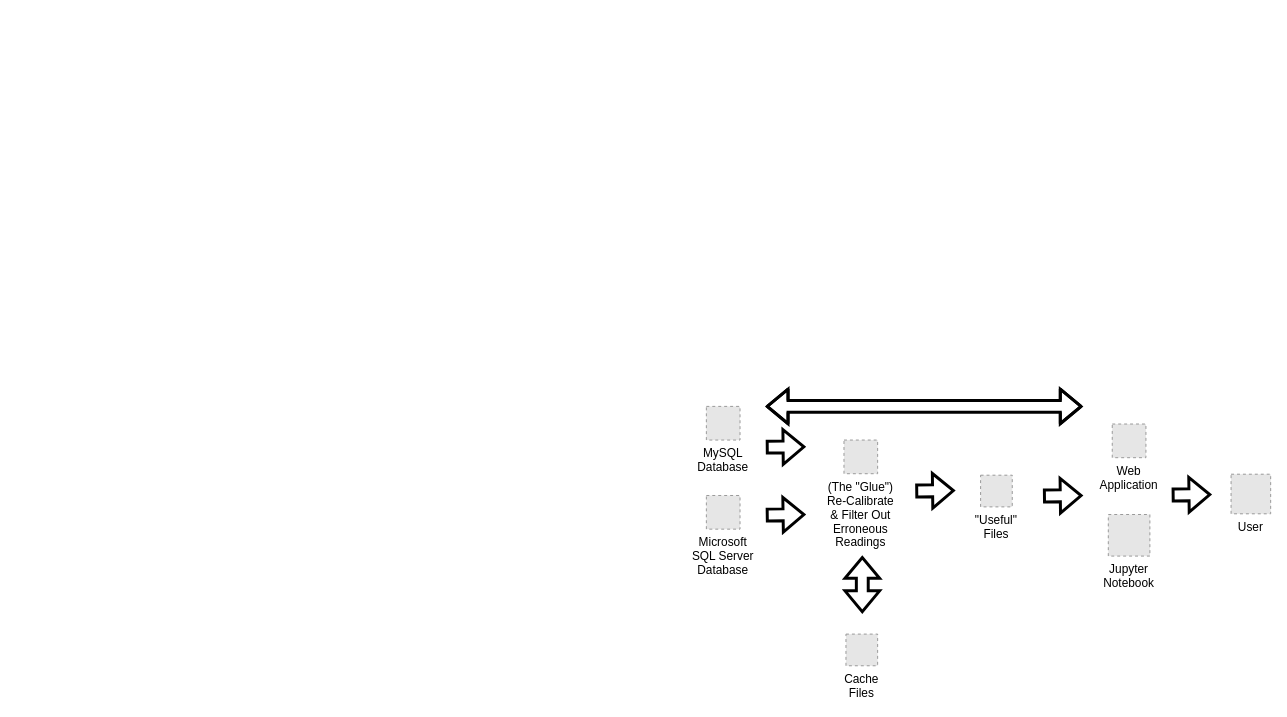
Earlier version of the draw.io diagram assets/images/2023-12-04-struggling-to-sync-sensors-and-databases/useful-files-to-user-directly.drawio (rdmolony/rdmolony.github.io). Source tidied: cells renumbered, new cells numbered last; positions are measured from the earlier drawing's top-left corner, leaving out a move shared by most shapes. Both pictures are drawn from the tidied source at 99%, with x=0, y=0 at pixel (706, 406). Pictures stored in the file or linked from it are replaced by grey dashed boxes.
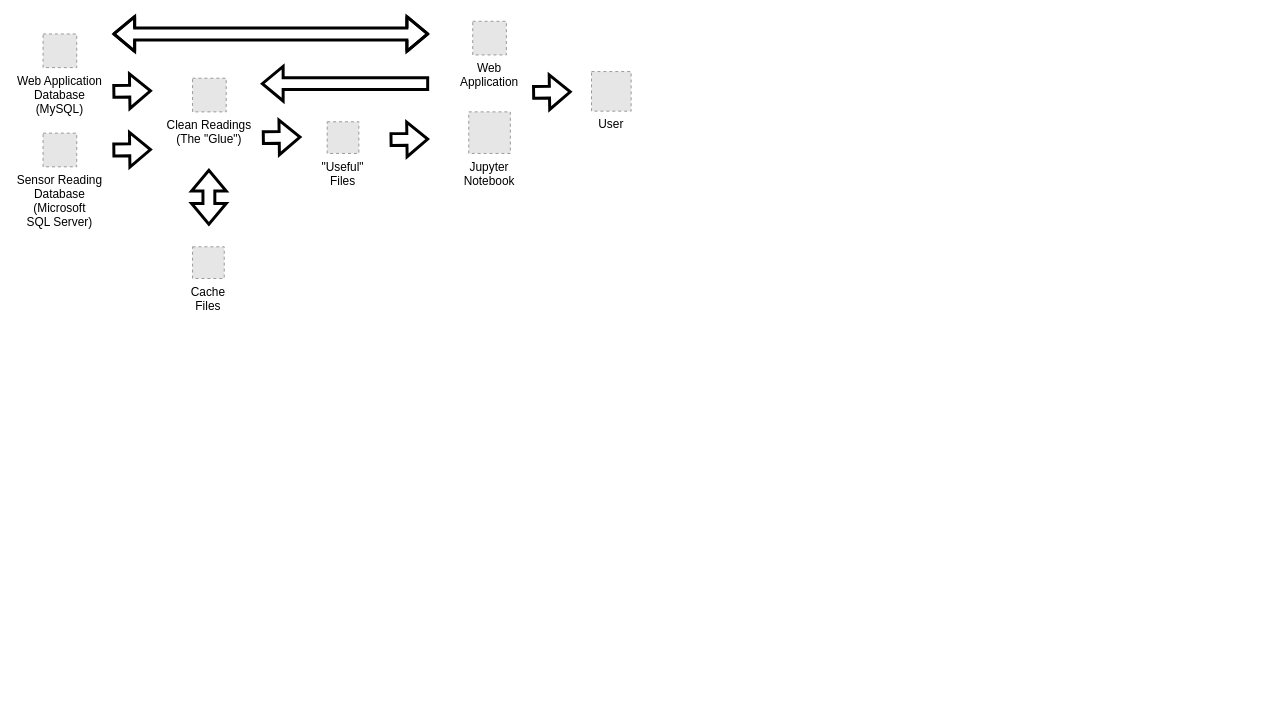
The same diagram, later.

Change to the diagram source:
```diff
@@
-    <mxCell id="2" value="(The &quot;Glue&quot;)&#10;Re-Calibrate&#10;&amp; Filter Out&#10;Erroneous&#10;Readings" style="fillColor=#E6E6E6;strokeColor=#999999;dashed=1;verticalLabelPosition=bottom;labelBackgroundColor=default;verticalAlign=top;" parent="1" vertex="1">
-      <mxGeometry x="139" y="34" width="34" height="34" as="geometry" />
-    </mxCell>
+    <mxCell id="17" value="Clean Readings&#10;(The &quot;Glue&quot;)" style="fillColor=#E6E6E6;strokeColor=#999999;dashed=1;verticalLabelPosition=bottom;labelBackgroundColor=default;verticalAlign=top;" parent="1" vertex="1">
+      <mxGeometry x="-519" y="-331.5" width="34" height="34" as="geometry" />
+    </mxCell>
     <mxCell id="3" value="Web&#10;Application" style="fillColor=#E6E6E6;strokeColor=#999999;dashed=1;verticalLabelPosition=bottom;labelBackgroundColor=default;verticalAlign=top;" parent="1" vertex="1">
-      <mxGeometry x="410" y="17.8" width="34" height="34" as="geometry" />
+      <mxGeometry x="-236" y="-389" width="34" height="34" as="geometry" />
     </mxCell>
-    <mxCell id="4" style="shape=flexArrow;endArrow=classic;html=1;rounded=0;strokeWidth=3;" parent="1" edge="1">
-      <mxGeometry relative="1" as="geometry">
-        <mxPoint x="340" y="90.5" as="sourcePoint" />
-        <mxPoint x="380" y="90" as="targetPoint" />
-      </mxGeometry>
-    </mxCell>
-    <mxCell id="5" style="shape=flexArrow;endArrow=classic;html=1;rounded=0;strokeWidth=3;" parent="1" edge="1">
-      <mxGeometry relative="1" as="geometry">
-        <mxPoint x="470" y="89.5" as="sourcePoint" />
-        <mxPoint x="510" y="89" as="targetPoint" />
-      </mxGeometry>
-    </mxCell>
+    <mxCell id="18" style="shape=flexArrow;endArrow=classic;html=1;rounded=0;strokeWidth=3;" parent="1" edge="1">
+      <mxGeometry relative="1" as="geometry">
+        <mxPoint x="-320" y="-269.5" as="sourcePoint" />
+        <mxPoint x="-280" y="-270" as="targetPoint" />
+      </mxGeometry>
+    </mxCell>
+    <mxCell id="19" style="shape=flexArrow;endArrow=classic;html=1;rounded=0;strokeWidth=3;" parent="1" edge="1">
+      <mxGeometry relative="1" as="geometry">
+        <mxPoint x="-176" y="-317.2" as="sourcePoint" />
+        <mxPoint x="-136" y="-317.8" as="targetPoint" />
+      </mxGeometry>
+    </mxCell>
     <mxCell id="6" value="User" style="fillColor=#E6E6E6;strokeColor=#999999;dashed=1;verticalLabelPosition=bottom;labelBackgroundColor=default;verticalAlign=top;" parent="1" vertex="1">
-      <mxGeometry x="530" y="68.5" width="40" height="40" as="geometry" />
+      <mxGeometry x="-116" y="-338.2" width="40" height="40" as="geometry" />
     </mxCell>
-    <mxCell id="7" style="shape=flexArrow;endArrow=classic;html=1;rounded=0;strokeWidth=3;" parent="1" edge="1">
-      <mxGeometry relative="1" as="geometry">
-        <mxPoint x="60" y="109.8" as="sourcePoint" />
-        <mxPoint x="100" y="109.2" as="targetPoint" />
-      </mxGeometry>
-    </mxCell>
+    <mxCell id="20" style="shape=flexArrow;endArrow=classic;html=1;rounded=0;strokeWidth=3;" parent="1" edge="1">
+      <mxGeometry relative="1" as="geometry">
+        <mxPoint x="-600" y="-259" as="sourcePoint" />
+        <mxPoint x="-560" y="-259.5" as="targetPoint" />
+      </mxGeometry>
+    </mxCell>
     <mxCell id="8" value="Cache&#10;Files" style="fillColor=#E6E6E6;strokeColor=#999999;dashed=1;verticalLabelPosition=bottom;labelBackgroundColor=default;verticalAlign=top;" parent="1" vertex="1">
-      <mxGeometry x="141" y="230" width="32" height="32" as="geometry" />
+      <mxGeometry x="-519" y="-161.2" width="32" height="32" as="geometry" />
     </mxCell>
-    <mxCell id="9" value="Microsoft&#10;SQL Server&#10;Database" style="fillColor=#E6E6E6;strokeColor=#999999;dashed=1;verticalLabelPosition=bottom;labelBackgroundColor=default;verticalAlign=top;" parent="1" vertex="1">
-      <mxGeometry y="90" width="34" height="34" as="geometry" />
-    </mxCell>
-    <mxCell id="10" value="MySQL&#10;Database" style="fillColor=#E6E6E6;strokeColor=#999999;dashed=1;verticalLabelPosition=bottom;labelBackgroundColor=default;verticalAlign=top;" parent="1" vertex="1">
-      <mxGeometry width="34" height="34" as="geometry" />
-    </mxCell>
-    <mxCell id="11" style="shape=flexArrow;endArrow=classic;startArrow=classic;html=1;rounded=0;strokeWidth=3;" parent="1" edge="1">
-      <mxGeometry relative="1" as="geometry">
-        <mxPoint x="157.5" y="151.2" as="sourcePoint" />
-        <mxPoint x="157.5" y="208.8" as="targetPoint" />
-      </mxGeometry>
-    </mxCell>
-    <mxCell id="12" style="shape=flexArrow;endArrow=classic;html=1;rounded=0;strokeWidth=3;" parent="1" edge="1">
-      <mxGeometry relative="1" as="geometry">
-        <mxPoint x="211" y="85.5" as="sourcePoint" />
-        <mxPoint x="251" y="85" as="targetPoint" />
-      </mxGeometry>
-    </mxCell>
+    <mxCell id="21" value="Sensor Reading&#10;Database&#10;(Microsoft&#10;SQL Server)" style="fillColor=#E6E6E6;strokeColor=#999999;dashed=1;verticalLabelPosition=bottom;labelBackgroundColor=default;verticalAlign=top;" parent="1" vertex="1">
+      <mxGeometry x="-670" y="-276" width="34" height="34" as="geometry" />
+    </mxCell>
+    <mxCell id="22" value="Web Application&#10;Database&#10;(MySQL)" style="fillColor=#E6E6E6;strokeColor=#999999;dashed=1;verticalLabelPosition=bottom;labelBackgroundColor=default;verticalAlign=top;" parent="1" vertex="1">
+      <mxGeometry x="-670" y="-376.2" width="34" height="34" as="geometry" />
+    </mxCell>
+    <mxCell id="23" style="shape=flexArrow;endArrow=classic;startArrow=classic;html=1;rounded=0;strokeWidth=3;" parent="1" edge="1">
+      <mxGeometry relative="1" as="geometry">
+        <mxPoint x="-502.5" y="-240" as="sourcePoint" />
+        <mxPoint x="-502.5" y="-182.5" as="targetPoint" />
+      </mxGeometry>
+    </mxCell>
+    <mxCell id="24" style="shape=flexArrow;endArrow=classic;html=1;rounded=0;strokeWidth=3;" parent="1" edge="1">
+      <mxGeometry relative="1" as="geometry">
+        <mxPoint x="-449" y="-271.5" as="sourcePoint" />
+        <mxPoint x="-409" y="-272" as="targetPoint" />
+      </mxGeometry>
+    </mxCell>
     <mxCell id="13" value="&quot;Useful&quot;&#10;Files" style="fillColor=#E6E6E6;strokeColor=#999999;dashed=1;verticalLabelPosition=bottom;labelBackgroundColor=default;verticalAlign=top;" parent="1" vertex="1">
-      <mxGeometry x="277" y="69.5" width="32" height="32" as="geometry" />
+      <mxGeometry x="-383" y="-287.5" width="32" height="32" as="geometry" />
     </mxCell>
-    <mxCell id="14" style="shape=flexArrow;endArrow=classic;html=1;rounded=0;strokeWidth=3;" parent="1" edge="1">
-      <mxGeometry relative="1" as="geometry">
-        <mxPoint x="60" y="41.2" as="sourcePoint" />
-        <mxPoint x="100" y="40.8" as="targetPoint" />
-      </mxGeometry>
-    </mxCell>
-    <mxCell id="15" style="shape=flexArrow;endArrow=classic;startArrow=classic;html=1;rounded=0;strokeWidth=3;" parent="1" edge="1">
-      <mxGeometry relative="1" as="geometry">
-        <mxPoint x="60" as="sourcePoint" />
-        <mxPoint x="380" as="targetPoint" />
-        <Array as="points">
-          <mxPoint x="210" />
-        </Array>
-      </mxGeometry>
-    </mxCell>
+    <mxCell id="25" style="shape=flexArrow;endArrow=classic;html=1;rounded=0;strokeWidth=3;" parent="1" edge="1">
+      <mxGeometry relative="1" as="geometry">
+        <mxPoint x="-600" y="-318.2" as="sourcePoint" />
+        <mxPoint x="-560" y="-318.8" as="targetPoint" />
+      </mxGeometry>
+    </mxCell>
+    <mxCell id="26" style="shape=flexArrow;endArrow=classic;startArrow=classic;html=1;rounded=0;strokeWidth=3;" parent="1" edge="1">
+      <mxGeometry relative="1" as="geometry">
+        <mxPoint x="-600" y="-376.2" as="sourcePoint" />
+        <mxPoint x="-280" y="-376.2" as="targetPoint" />
+        <Array as="points">
+          <mxPoint x="-450" y="-376.2" />
+        </Array>
+      </mxGeometry>
+    </mxCell>
     <mxCell id="16" value="Jupyter&#10;Notebook" style="fillColor=#E6E6E6;strokeColor=#999999;dashed=1;verticalLabelPosition=bottom;labelBackgroundColor=default;verticalAlign=top;" parent="1" vertex="1">
-      <mxGeometry x="406" y="109.2" width="42" height="42" as="geometry" />
+      <mxGeometry x="-240" y="-297.5" width="42" height="42" as="geometry" />
     </mxCell>
+    <mxCell id="27" style="shape=flexArrow;endArrow=classic;html=1;rounded=0;strokeWidth=3;" parent="1" edge="1">
+      <mxGeometry relative="1" as="geometry">
+        <mxPoint x="-280" y="-326" as="sourcePoint" />
+        <mxPoint x="-450" y="-326" as="targetPoint" />
+      </mxGeometry>
+    </mxCell>
```
